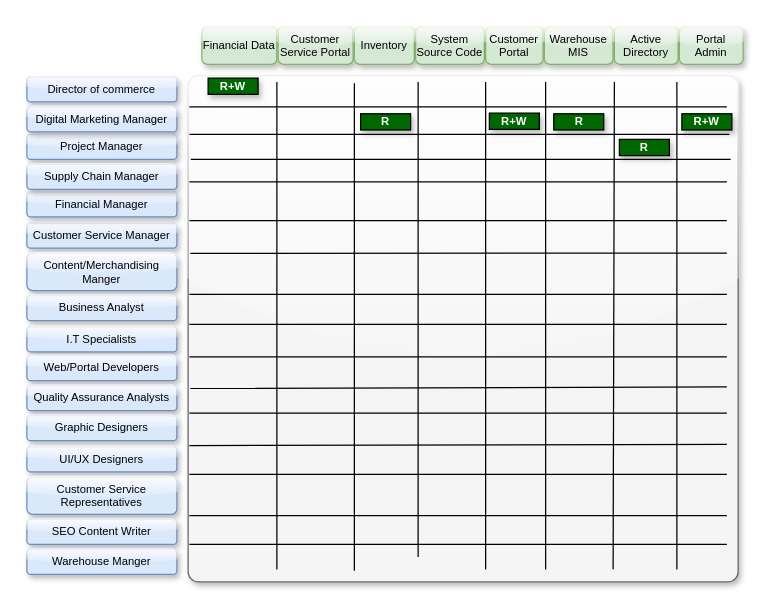
This is src/Untitled Diagram.drawio from timomwa/cmp, a draw.io file, before an edit. Source tidied: cells renumbered, new cells numbered last; positions are measured from the earlier drawing's top-left corner, leaving out a move shared by most shapes. Both pictures are drawn from the tidied source at 125%, with x=0, y=0 at pixel (26, 26).
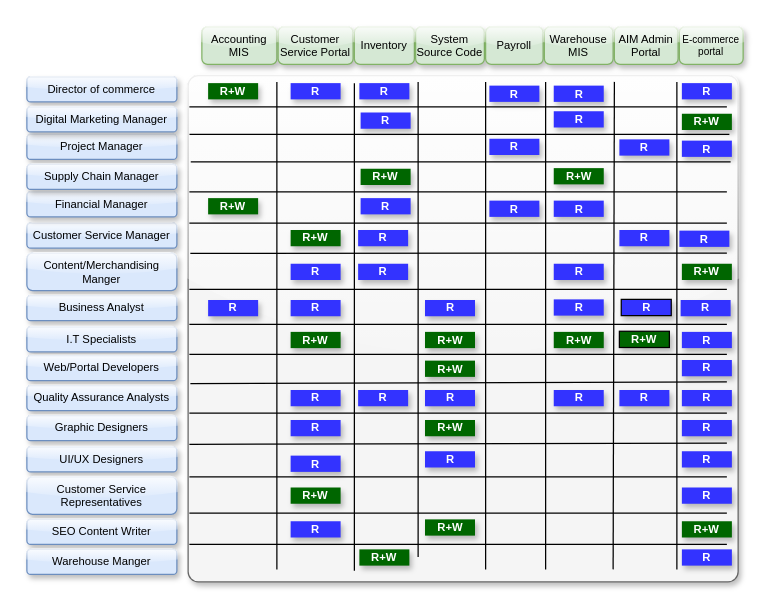
Above is the later version.

Commit message:
RBAC Knights Greens.drawio

Unchanged cells that the change refers to:
```xml
<mxCell id="14" style="rounded=1;whiteSpace=wrap;html=1;arcSize=2;glass=1;shadow=1;fillColor=#f5f5f5;fontColor=#333333;strokeColor=#666666;" parent="1" vertex="1">
  <mxGeometry x="129" y="39" width="440" height="405" as="geometry" />
</mxCell>
```

The edit, as a diff of the source:
```diff
@@
-    <mxCell id="15" value="Financial Data" style="rounded=1;whiteSpace=wrap;html=1;fontSize=9;fillColor=#d5e8d4;strokeColor=#82b366;glass=1;shadow=1;" parent="1" vertex="1">
+    <mxCell id="15" value="Accounting MIS" style="rounded=1;whiteSpace=wrap;html=1;fontSize=9;fillColor=#d5e8d4;strokeColor=#82b366;glass=1;shadow=1;" parent="1" vertex="1">
       <mxGeometry x="140" width="60" height="30" as="geometry" />
     </mxCell>
@@
-    <mxCell id="19" value="Customer Portal" style="rounded=1;whiteSpace=wrap;html=1;fontSize=9;fillColor=#d5e8d4;strokeColor=#82b366;glass=1;shadow=1;" parent="1" vertex="1">
+    <mxCell id="19" value="Payroll" style="rounded=1;whiteSpace=wrap;html=1;fontSize=9;fillColor=#d5e8d4;strokeColor=#82b366;glass=1;shadow=1;" parent="1" vertex="1">
       <mxGeometry x="367" width="46" height="30" as="geometry" />
     </mxCell>
@@
-    <mxCell id="21" value="Active Directory" style="rounded=1;whiteSpace=wrap;html=1;fontSize=9;fillColor=#d5e8d4;strokeColor=#82b366;glass=1;shadow=1;" parent="1" vertex="1">
+    <mxCell id="21" value="AIM Admin Portal" style="rounded=1;whiteSpace=wrap;html=1;fontSize=9;fillColor=#d5e8d4;strokeColor=#82b366;glass=1;shadow=1;" parent="1" vertex="1">
       <mxGeometry x="470" width="51" height="30" as="geometry" />
     </mxCell>
-    <mxCell id="22" value="Portal Admin" style="rounded=1;whiteSpace=wrap;html=1;fontSize=9;fillColor=#d5e8d4;strokeColor=#82b366;glass=1;shadow=1;" parent="1" vertex="1">
+    <mxCell id="22" value="E-commerce portal" style="rounded=1;whiteSpace=wrap;html=1;fontSize=8;fillColor=#d5e8d4;strokeColor=#82b366;glass=1;shadow=1;" parent="1" vertex="1">
       <mxGeometry x="522" width="51" height="30" as="geometry" />
     </mxCell>
@@
-    <mxCell id="27" value="R+W" style="rounded=0;whiteSpace=wrap;html=1;fontSize=9;glass=0;shadow=1;fontColor=#FFFFFF;fillColor=#006600;fontStyle=1;" parent="1" vertex="1">
-      <mxGeometry x="145" y="41" width="40" height="13" as="geometry" />
+    <mxCell id="27" value="R+W" style="rounded=0;whiteSpace=wrap;html=1;fontSize=9;glass=0;shadow=1;fontColor=#FFFFFF;fillColor=#006600;fontStyle=1;strokeColor=none;" parent="1" vertex="1">
+      <mxGeometry x="145" y="45" width="40" height="13" as="geometry" />
     </mxCell>
@@
     <mxCell id="37" style="endArrow=none;html=1;rounded=0;shadow=0;" parent="1" edge="1">
       <mxGeometry relative="1" as="geometry">
-        <mxPoint x="560" y="124" as="sourcePoint" />
-        <mxPoint x="130" y="124" as="targetPoint" />
+        <mxPoint x="560" y="132" as="sourcePoint" />
+        <mxPoint x="130" y="132" as="targetPoint" />
       </mxGeometry>
     </mxCell>
     <mxCell id="38" style="endArrow=none;html=1;rounded=0;shadow=0;" parent="1" edge="1">
       <mxGeometry relative="1" as="geometry">
-        <mxPoint x="560" y="155" as="sourcePoint" />
-        <mxPoint x="130" y="155" as="targetPoint" />
+        <mxPoint x="560" y="157" as="sourcePoint" />
+        <mxPoint x="130" y="157" as="targetPoint" />
       </mxGeometry>
     </mxCell>
@@
     <mxCell id="40" style="endArrow=none;html=1;rounded=0;shadow=0;" parent="1" edge="1">
       <mxGeometry relative="1" as="geometry">
-        <mxPoint x="560" y="214" as="sourcePoint" />
-        <mxPoint x="130" y="214" as="targetPoint" />
+        <mxPoint x="560" y="210" as="sourcePoint" />
+        <mxPoint x="130" y="210" as="targetPoint" />
       </mxGeometry>
     </mxCell>
@@
     <mxCell id="42" style="endArrow=none;html=1;rounded=0;shadow=0;" parent="1" edge="1">
       <mxGeometry relative="1" as="geometry">
-        <mxPoint x="560" y="264" as="sourcePoint" />
-        <mxPoint x="130" y="264" as="targetPoint" />
+        <mxPoint x="560" y="262" as="sourcePoint" />
+        <mxPoint x="130" y="262" as="targetPoint" />
       </mxGeometry>
     </mxCell>
-    <mxCell id="43" style="endArrow=none;html=1;rounded=0;shadow=0;entryX=0.004;entryY=0.618;entryDx=0;entryDy=0;entryPerimeter=0;" parent="1" edge="1" target="14">
+    <mxCell id="43" style="endArrow=none;html=1;rounded=0;shadow=0;entryX=0.004;entryY=0.618;entryDx=0;entryDy=0;entryPerimeter=0;" parent="1" edge="1">
       <mxGeometry relative="1" as="geometry">
-        <mxPoint x="560" y="288" as="sourcePoint" />
+        <mxPoint x="560" y="284" as="sourcePoint" />
+        <mxPoint x="130.8" y="285.3" as="targetPoint" />
       </mxGeometry>
     </mxCell>
@@
     <mxCell id="45" style="endArrow=none;html=1;rounded=0;shadow=0;" parent="1" edge="1">
       <mxGeometry relative="1" as="geometry">
-        <mxPoint x="560" y="334" as="sourcePoint" />
-        <mxPoint x="130" y="335" as="targetPoint" />
+        <mxPoint x="560" y="333" as="sourcePoint" />
+        <mxPoint x="130" y="334" as="targetPoint" />
       </mxGeometry>
     </mxCell>
     <mxCell id="46" style="endArrow=none;html=1;rounded=0;shadow=0;" parent="1" edge="1">
       <mxGeometry relative="1" as="geometry">
-        <mxPoint x="560" y="358" as="sourcePoint" />
-        <mxPoint x="130" y="358" as="targetPoint" />
+        <mxPoint x="560" y="360" as="sourcePoint" />
+        <mxPoint x="130" y="360" as="targetPoint" />
       </mxGeometry>
     </mxCell>
     <mxCell id="47" style="endArrow=none;html=1;rounded=0;shadow=0;" parent="1" edge="1">
       <mxGeometry relative="1" as="geometry">
-        <mxPoint x="560" y="391" as="sourcePoint" />
-        <mxPoint x="130" y="391" as="targetPoint" />
+        <mxPoint x="560" y="389" as="sourcePoint" />
+        <mxPoint x="130" y="389" as="targetPoint" />
       </mxGeometry>
     </mxCell>
@@
-    <mxCell id="49" value="R+W" style="rounded=0;whiteSpace=wrap;html=1;fontSize=9;glass=0;shadow=1;fontColor=#FFFFFF;fillColor=#006600;fontStyle=1;" parent="1" vertex="1">
+    <mxCell id="49" value="R+W" style="rounded=0;whiteSpace=wrap;html=1;fontSize=9;glass=0;shadow=1;fontColor=#FFFFFF;fillColor=#006600;fontStyle=1;strokeColor=none;" parent="1" vertex="1">
       <mxGeometry x="524" y="69.5" width="40" height="13" as="geometry" />
     </mxCell>
-    <mxCell id="50" value="R" style="rounded=0;whiteSpace=wrap;html=1;fontSize=9;glass=0;shadow=1;fontColor=#FFFFFF;fillColor=#006600;fontStyle=1;" parent="1" vertex="1">
-      <mxGeometry x="421.5" y="69.5" width="40" height="13" as="geometry" />
+    <mxCell id="50" value="R" style="rounded=0;whiteSpace=wrap;html=1;fontSize=9;glass=0;shadow=1;fontColor=#FFFFFF;fillColor=#3333FF;fontStyle=1;strokeColor=none;" parent="1" vertex="1">
+      <mxGeometry x="421.5" y="67.5" width="40" height="13" as="geometry" />
     </mxCell>
-    <mxCell id="51" value="R+W" style="rounded=0;whiteSpace=wrap;html=1;fontSize=9;glass=0;shadow=1;fontColor=#FFFFFF;fillColor=#006600;fontStyle=1;" parent="1" vertex="1">
-      <mxGeometry x="370" y="69" width="40" height="13" as="geometry" />
+    <mxCell id="51" value="R" style="rounded=0;whiteSpace=wrap;html=1;fontSize=9;glass=0;shadow=1;fontColor=#FFFFFF;fillColor=#3333FF;fontStyle=1;strokeColor=none;" parent="1" vertex="1">
+      <mxGeometry x="370" y="89.5" width="40" height="13" as="geometry" />
     </mxCell>
-    <mxCell id="52" value="R" style="rounded=0;whiteSpace=wrap;html=1;fontSize=9;glass=0;shadow=1;fontColor=#FFFFFF;fillColor=#006600;fontStyle=1;" parent="1" vertex="1">
-      <mxGeometry x="267" y="69.5" width="40" height="13" as="geometry" />
+    <mxCell id="52" value="R" style="rounded=0;whiteSpace=wrap;html=1;fontSize=9;glass=0;shadow=1;fontColor=#FFFFFF;fillColor=#3333FF;fontStyle=1;strokeColor=none;" parent="1" vertex="1">
+      <mxGeometry x="267" y="68.5" width="40" height="13" as="geometry" />
     </mxCell>
-    <mxCell id="53" value="R" style="rounded=0;whiteSpace=wrap;html=1;fontSize=9;glass=0;shadow=1;fontColor=#FFFFFF;fillColor=#006600;fontStyle=1;" parent="1" vertex="1">
+    <mxCell id="53" value="R" style="rounded=0;whiteSpace=wrap;html=1;fontSize=9;glass=0;shadow=1;fontColor=#FFFFFF;fillColor=#3333FF;fontStyle=1;strokeColor=none;" parent="1" vertex="1">
       <mxGeometry x="474" y="90" width="40" height="13" as="geometry" />
     </mxCell>
     <mxCell id="54" style="endArrow=none;html=1;rounded=0;shadow=0;entryX=-0.002;entryY=0.121;entryDx=0;entryDy=0;entryPerimeter=0;" parent="1" edge="1">
       <mxGeometry relative="1" as="geometry">
-        <mxPoint x="563" y="106" as="sourcePoint" />
-        <mxPoint x="131.1" y="106" as="targetPoint" />
+        <mxPoint x="563" y="108" as="sourcePoint" />
+        <mxPoint x="131.1" y="108" as="targetPoint" />
       </mxGeometry>
     </mxCell>
+    <mxCell id="55" value="R+W" style="rounded=0;whiteSpace=wrap;html=1;fontSize=9;glass=0;shadow=1;fontColor=#FFFFFF;fillColor=#006600;fontStyle=1;strokeColor=none;" parent="1" vertex="1">
+      <mxGeometry x="211" y="162.5" width="40" height="13" as="geometry" />
+    </mxCell>
+    <mxCell id="56" value="R" style="rounded=0;whiteSpace=wrap;html=1;fontSize=9;glass=0;shadow=1;fontColor=#FFFFFF;fillColor=#3333FF;fontStyle=1;strokeColor=none;" parent="1" vertex="1">
+      <mxGeometry x="265" y="162.5" width="40" height="13" as="geometry" />
+    </mxCell>
+    <mxCell id="57" value="R+W" style="rounded=0;whiteSpace=wrap;html=1;fontSize=9;glass=0;shadow=1;fontColor=#FFFFFF;fillColor=#006600;fontStyle=1;strokeColor=none;" parent="1" vertex="1">
+      <mxGeometry x="267" y="113.5" width="40" height="13" as="geometry" />
+    </mxCell>
+    <mxCell id="58" value="R+W" style="rounded=0;whiteSpace=wrap;html=1;fontSize=9;glass=0;shadow=1;fontColor=#FFFFFF;fillColor=#006600;fontStyle=1;strokeColor=none;" parent="1" vertex="1">
+      <mxGeometry x="421.5" y="113" width="40" height="13" as="geometry" />
+    </mxCell>
+    <mxCell id="59" value="R+W" style="rounded=0;whiteSpace=wrap;html=1;fontSize=9;glass=0;shadow=1;fontColor=#FFFFFF;fillColor=#006600;fontStyle=1;strokeColor=none;" parent="1" vertex="1">
+      <mxGeometry x="145" y="137" width="40" height="13" as="geometry" />
+    </mxCell>
+    <mxCell id="60" value="R" style="rounded=0;whiteSpace=wrap;html=1;fontSize=9;glass=0;shadow=1;fontColor=#FFFFFF;fillColor=#3333FF;fontStyle=1;strokeColor=none;" parent="1" vertex="1">
+      <mxGeometry x="267" y="137" width="40" height="13" as="geometry" />
+    </mxCell>
+    <mxCell id="61" value="R" style="rounded=0;whiteSpace=wrap;html=1;fontSize=9;glass=0;shadow=1;fontColor=#FFFFFF;fillColor=#3333FF;fontStyle=1;strokeColor=none;" parent="1" vertex="1">
+      <mxGeometry x="370" y="139" width="40" height="13" as="geometry" />
+    </mxCell>
+    <mxCell id="62" value="R" style="rounded=0;whiteSpace=wrap;html=1;fontSize=9;glass=0;shadow=1;fontColor=#FFFFFF;fillColor=#3333FF;fontStyle=1;strokeColor=none;" parent="1" vertex="1">
+      <mxGeometry x="421.5" y="139" width="40" height="13" as="geometry" />
+    </mxCell>
+    <mxCell id="63" value="R" style="rounded=0;whiteSpace=wrap;html=1;fontSize=9;glass=0;shadow=1;fontColor=#FFFFFF;fillColor=#3333FF;fontStyle=1;strokeColor=none;" parent="1" vertex="1">
+      <mxGeometry x="522" y="163" width="40" height="13" as="geometry" />
+    </mxCell>
+    <mxCell id="64" value="R" style="rounded=0;whiteSpace=wrap;html=1;fontSize=9;glass=0;shadow=1;fontColor=#FFFFFF;fillColor=#3333FF;fontStyle=1;strokeColor=none;" parent="1" vertex="1">
+      <mxGeometry x="211" y="189.5" width="40" height="13" as="geometry" />
+    </mxCell>
+    <mxCell id="65" value="R" style="rounded=0;whiteSpace=wrap;html=1;fontSize=9;glass=0;shadow=1;fontColor=#FFFFFF;fillColor=#3333FF;fontStyle=1;strokeColor=none;" parent="1" vertex="1">
+      <mxGeometry x="265" y="189.5" width="40" height="13" as="geometry" />
+    </mxCell>
+    <mxCell id="66" value="R" style="rounded=0;whiteSpace=wrap;html=1;fontSize=9;glass=0;shadow=1;fontColor=#FFFFFF;fillColor=#3333FF;fontStyle=1;strokeColor=none;" parent="1" vertex="1">
+      <mxGeometry x="421.5" y="189.5" width="40" height="13" as="geometry" />
+    </mxCell>
+    <mxCell id="67" value="R+W" style="rounded=0;whiteSpace=wrap;html=1;fontSize=9;glass=0;shadow=1;fontColor=#FFFFFF;fillColor=#006600;fontStyle=1;strokeColor=none;" parent="1" vertex="1">
+      <mxGeometry x="524" y="189.5" width="40" height="13" as="geometry" />
+    </mxCell>
+    <mxCell id="68" value="R" style="rounded=0;whiteSpace=wrap;html=1;fontSize=9;glass=0;shadow=1;fontColor=#FFFFFF;fillColor=#3333FF;fontStyle=1;strokeColor=none;" parent="1" vertex="1">
+      <mxGeometry x="145" y="218.5" width="40" height="13" as="geometry" />
+    </mxCell>
+    <mxCell id="69" value="R" style="rounded=0;whiteSpace=wrap;html=1;fontSize=9;glass=0;shadow=1;fontColor=#FFFFFF;fillColor=#3333FF;fontStyle=1;strokeColor=none;" parent="1" vertex="1">
+      <mxGeometry x="211" y="218.5" width="40" height="13" as="geometry" />
+    </mxCell>
+    <mxCell id="70" value="R" style="rounded=0;whiteSpace=wrap;html=1;fontSize=9;glass=0;shadow=1;fontColor=#FFFFFF;fillColor=#3333FF;fontStyle=1;strokeColor=none;" parent="1" vertex="1">
+      <mxGeometry x="318.5" y="218.5" width="40" height="13" as="geometry" />
+    </mxCell>
+    <mxCell id="71" value="R" style="rounded=0;whiteSpace=wrap;html=1;fontSize=9;glass=0;shadow=1;fontColor=#FFFFFF;fillColor=#3333FF;fontStyle=1;strokeColor=none;" parent="1" vertex="1">
+      <mxGeometry x="421.5" y="218" width="40" height="13" as="geometry" />
+    </mxCell>
+    <mxCell id="72" value="R" style="rounded=0;whiteSpace=wrap;html=1;fontSize=9;glass=0;shadow=1;fontColor=#FFFFFF;fillColor=#3333FF;fontStyle=1;strokeColor=none;" parent="1" vertex="1">
+      <mxGeometry x="370" y="47" width="40" height="13" as="geometry" />
+    </mxCell>
+    <mxCell id="73" value="R" style="rounded=0;whiteSpace=wrap;html=1;fontSize=9;glass=0;shadow=1;fontColor=#FFFFFF;fillColor=#3333FF;fontStyle=1;strokeColor=none;" parent="1" vertex="1">
+      <mxGeometry x="421.5" y="47" width="40" height="13" as="geometry" />
+    </mxCell>
+    <mxCell id="74" value="R" style="rounded=0;whiteSpace=wrap;html=1;fontSize=9;glass=0;shadow=1;fontColor=#FFFFFF;fillColor=#3333FF;fontStyle=1;strokeColor=none;" parent="1" vertex="1">
+      <mxGeometry x="524" y="45" width="40" height="13" as="geometry" />
+    </mxCell>
+    <mxCell id="75" value="R" style="rounded=0;whiteSpace=wrap;html=1;fontSize=9;glass=0;shadow=1;fontColor=#FFFFFF;fillColor=#3333FF;fontStyle=1;strokeColor=none;" parent="1" vertex="1">
+      <mxGeometry x="266" y="45" width="40" height="13" as="geometry" />
+    </mxCell>
+    <mxCell id="76" value="R" style="rounded=0;whiteSpace=wrap;html=1;fontSize=9;glass=0;shadow=1;fontColor=#FFFFFF;fillColor=#3333FF;fontStyle=1;strokeColor=none;" parent="1" vertex="1">
+      <mxGeometry x="211" y="45" width="40" height="13" as="geometry" />
+    </mxCell>
+    <mxCell id="77" value="R+W" style="rounded=0;whiteSpace=wrap;html=1;fontSize=9;glass=0;shadow=1;fontColor=#FFFFFF;fillColor=#006600;fontStyle=1;strokeColor=none;" parent="1" vertex="1">
+      <mxGeometry x="318.5" y="244" width="40" height="13" as="geometry" />
+    </mxCell>
+    <mxCell id="78" value="R+W" style="rounded=0;whiteSpace=wrap;html=1;fontSize=9;glass=0;shadow=1;fontColor=#FFFFFF;fillColor=#006600;fontStyle=1;strokeColor=none;" parent="1" vertex="1">
+      <mxGeometry x="318.5" y="267" width="40" height="13" as="geometry" />
+    </mxCell>
+    <mxCell id="79" value="R" style="rounded=0;whiteSpace=wrap;html=1;fontSize=9;glass=0;shadow=1;fontColor=#FFFFFF;fillColor=#3333FF;fontStyle=1;strokeColor=none;" parent="1" vertex="1">
+      <mxGeometry x="318.5" y="290.5" width="40" height="13" as="geometry" />
+    </mxCell>
+    <mxCell id="80" value="R+W" style="rounded=0;whiteSpace=wrap;html=1;fontSize=9;glass=0;shadow=1;fontColor=#FFFFFF;fillColor=#006600;fontStyle=1;strokeColor=none;" parent="1" vertex="1">
+      <mxGeometry x="318.5" y="314.5" width="40" height="13" as="geometry" />
+    </mxCell>
+    <mxCell id="81" value="R" style="rounded=0;whiteSpace=wrap;html=1;fontSize=9;glass=0;shadow=1;fontColor=#FFFFFF;fillColor=#3333FF;fontStyle=1;strokeColor=none;" parent="1" vertex="1">
+      <mxGeometry x="318.5" y="339.5" width="40" height="13" as="geometry" />
+    </mxCell>
+    <mxCell id="82" value="R+W" style="rounded=0;whiteSpace=wrap;html=1;fontSize=9;glass=0;shadow=1;fontColor=#FFFFFF;fillColor=#006600;fontStyle=1;strokeColor=none;" parent="1" vertex="1">
+      <mxGeometry x="318.5" y="394" width="40" height="13" as="geometry" />
+    </mxCell>
+    <mxCell id="83" value="R+W" style="rounded=0;whiteSpace=wrap;html=1;fontSize=9;glass=0;shadow=1;fontColor=#FFFFFF;fillColor=#006600;fontStyle=1;strokeColor=none;" parent="1" vertex="1">
+      <mxGeometry x="266" y="418" width="40" height="13" as="geometry" />
+    </mxCell>
+    <mxCell id="84" value="R" style="rounded=0;whiteSpace=wrap;html=1;fontSize=9;glass=0;shadow=1;fontColor=#FFFFFF;fillColor=#3333FF;fontStyle=1;strokeColor=none;" parent="1" vertex="1">
+      <mxGeometry x="211" y="290.5" width="40" height="13" as="geometry" />
+    </mxCell>
+    <mxCell id="85" value="R" style="rounded=0;whiteSpace=wrap;html=1;fontSize=9;glass=0;shadow=1;fontColor=#FFFFFF;fillColor=#3333FF;fontStyle=1;strokeColor=none;" parent="1" vertex="1">
+      <mxGeometry x="265" y="290.5" width="40" height="13" as="geometry" />
+    </mxCell>
+    <mxCell id="86" value="R" style="rounded=0;whiteSpace=wrap;html=1;fontSize=9;glass=0;shadow=1;fontColor=#FFFFFF;fillColor=#3333FF;fontStyle=1;strokeColor=none;" parent="1" vertex="1">
+      <mxGeometry x="421.5" y="290.5" width="40" height="13" as="geometry" />
+    </mxCell>
+    <mxCell id="87" value="R" style="rounded=0;whiteSpace=wrap;html=1;fontSize=9;glass=0;shadow=1;fontColor=#FFFFFF;fillColor=#3333FF;fontStyle=1;strokeColor=none;" parent="1" vertex="1">
+      <mxGeometry x="474" y="290.5" width="40" height="13" as="geometry" />
+    </mxCell>
+    <mxCell id="88" value="R" style="rounded=0;whiteSpace=wrap;html=1;fontSize=9;glass=0;shadow=1;fontColor=#FFFFFF;fillColor=#3333FF;fontStyle=1;strokeColor=none;" parent="1" vertex="1">
+      <mxGeometry x="524" y="290.5" width="40" height="13" as="geometry" />
+    </mxCell>
+    <mxCell id="89" value="R+W" style="rounded=0;whiteSpace=wrap;html=1;fontSize=9;glass=0;shadow=1;fontColor=#FFFFFF;fillColor=#006600;fontStyle=1;" parent="1" vertex="1">
+      <mxGeometry x="474" y="243.5" width="40" height="13" as="geometry" />
+    </mxCell>
+    <mxCell id="90" value="R" style="rounded=0;whiteSpace=wrap;html=1;fontSize=9;glass=0;shadow=1;fontColor=#FFFFFF;fillColor=#3333FF;fontStyle=1;strokeColor=none;" parent="1" vertex="1">
+      <mxGeometry x="524" y="244" width="40" height="13" as="geometry" />
+    </mxCell>
+    <mxCell id="91" value="R+W" style="rounded=0;whiteSpace=wrap;html=1;fontSize=9;glass=0;shadow=1;fontColor=#FFFFFF;fillColor=#006600;fontStyle=1;strokeColor=none;" parent="1" vertex="1">
+      <mxGeometry x="421.5" y="244" width="40" height="13" as="geometry" />
+    </mxCell>
+    <mxCell id="92" value="R" style="rounded=0;whiteSpace=wrap;html=1;fontSize=9;glass=0;shadow=1;fontColor=#FFFFFF;fillColor=#3333FF;fontStyle=1;strokeColor=none;" parent="1" vertex="1">
+      <mxGeometry x="211" y="314.5" width="40" height="13" as="geometry" />
+    </mxCell>
+    <mxCell id="93" value="R" style="rounded=0;whiteSpace=wrap;html=1;fontSize=9;glass=0;shadow=1;fontColor=#FFFFFF;fillColor=#3333FF;fontStyle=1;strokeColor=none;" parent="1" vertex="1">
+      <mxGeometry x="211" y="343" width="40" height="13" as="geometry" />
+    </mxCell>
+    <mxCell id="94" value="R+W" style="rounded=0;whiteSpace=wrap;html=1;fontSize=9;glass=0;shadow=1;fontColor=#FFFFFF;fillColor=#006600;fontStyle=1;strokeColor=none;" parent="1" vertex="1">
+      <mxGeometry x="211" y="368.5" width="40" height="13" as="geometry" />
+    </mxCell>
+    <mxCell id="95" value="R" style="rounded=0;whiteSpace=wrap;html=1;fontSize=9;glass=0;shadow=1;fontColor=#FFFFFF;fillColor=#3333FF;fontStyle=1;strokeColor=none;" parent="1" vertex="1">
+      <mxGeometry x="211" y="395.5" width="40" height="13" as="geometry" />
+    </mxCell>
+    <mxCell id="96" value="R" style="rounded=0;whiteSpace=wrap;html=1;fontSize=9;glass=0;shadow=1;fontColor=#FFFFFF;fillColor=#3333FF;fontStyle=1;strokeColor=none;" parent="1" vertex="1">
+      <mxGeometry x="524" y="91" width="40" height="13" as="geometry" />
+    </mxCell>
+    <mxCell id="97" value="R" style="rounded=0;whiteSpace=wrap;html=1;fontSize=9;glass=0;shadow=1;fontColor=#FFFFFF;fillColor=#3333FF;fontStyle=1;strokeColor=none;" parent="1" vertex="1">
+      <mxGeometry x="523" y="218.5" width="40" height="13" as="geometry" />
+    </mxCell>
+    <mxCell id="98" value="R+W" style="rounded=0;whiteSpace=wrap;html=1;fontSize=9;glass=0;shadow=1;fontColor=#FFFFFF;fillColor=#006600;fontStyle=1;strokeColor=none;" parent="1" vertex="1">
+      <mxGeometry x="211" y="244" width="40" height="13" as="geometry" />
+    </mxCell>
+    <mxCell id="99" value="R" style="rounded=0;whiteSpace=wrap;html=1;fontSize=9;glass=0;shadow=1;fontColor=#FFFFFF;fillColor=#3333FF;fontStyle=1;strokeColor=none;" parent="1" vertex="1">
+      <mxGeometry x="474" y="162.5" width="40" height="13" as="geometry" />
+    </mxCell>
+    <mxCell id="100" value="R" style="rounded=0;whiteSpace=wrap;html=1;fontSize=9;glass=0;shadow=1;fontColor=#FFFFFF;fillColor=#3333FF;fontStyle=1;" parent="1" vertex="1">
+      <mxGeometry x="475.5" y="218" width="40" height="13" as="geometry" />
+    </mxCell>
+    <mxCell id="101" value="R" style="rounded=0;whiteSpace=wrap;html=1;fontSize=9;glass=0;shadow=1;fontColor=#FFFFFF;fillColor=#3333FF;fontStyle=1;strokeColor=none;" parent="1" vertex="1">
+      <mxGeometry x="524" y="266.5" width="40" height="13" as="geometry" />
+    </mxCell>
+    <mxCell id="102" value="R" style="rounded=0;whiteSpace=wrap;html=1;fontSize=9;glass=0;shadow=1;fontColor=#FFFFFF;fillColor=#3333FF;fontStyle=1;strokeColor=none;" parent="1" vertex="1">
+      <mxGeometry x="524" y="314.5" width="40" height="13" as="geometry" />
+    </mxCell>
+    <mxCell id="103" value="R" style="rounded=0;whiteSpace=wrap;html=1;fontSize=9;glass=0;shadow=1;fontColor=#FFFFFF;fillColor=#3333FF;fontStyle=1;strokeColor=none;" parent="1" vertex="1">
+      <mxGeometry x="524" y="339.5" width="40" height="13" as="geometry" />
+    </mxCell>
+    <mxCell id="104" value="R" style="rounded=0;whiteSpace=wrap;html=1;fontSize=9;glass=0;shadow=1;fontColor=#FFFFFF;fillColor=#3333FF;fontStyle=1;strokeColor=none;" parent="1" vertex="1">
+      <mxGeometry x="524" y="368.5" width="40" height="13" as="geometry" />
+    </mxCell>
+    <mxCell id="105" value="R+W" style="rounded=0;whiteSpace=wrap;html=1;fontSize=9;glass=0;shadow=1;fontColor=#FFFFFF;fillColor=#006600;fontStyle=1;strokeColor=none;" parent="1" vertex="1">
+      <mxGeometry x="524" y="395.5" width="40" height="13" as="geometry" />
+    </mxCell>
+    <mxCell id="106" value="R" style="rounded=0;whiteSpace=wrap;html=1;fontSize=9;glass=0;shadow=1;fontColor=#FFFFFF;fillColor=#3333FF;fontStyle=1;strokeColor=none;" parent="1" vertex="1">
+      <mxGeometry x="524" y="418" width="40" height="13" as="geometry" />
+    </mxCell>
```
